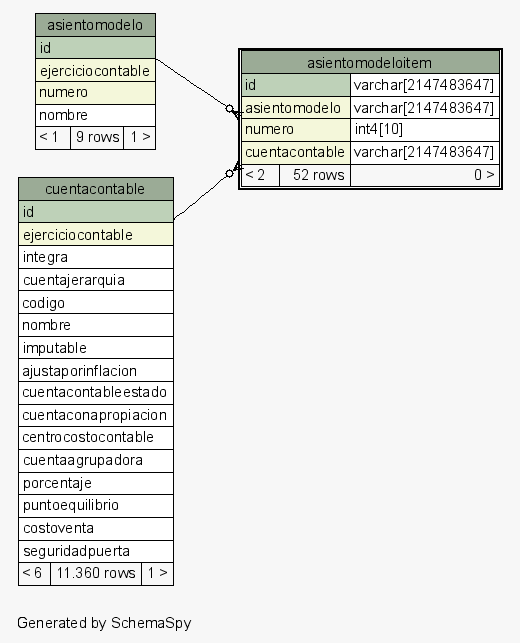
The Graphviz diagram postgresql/schemaSpy/salida/diagrams/asientomodeloitem.1degree.png in diegopablomansilla/massoftware_front, before a commit. Its source is kept beside it as postgresql/schemaSpy/salida/diagrams/asientomodeloitem.1degree.dot. Source of this version:
```dot
digraph "oneDegreeRelationshipsDiagram" {
  graph [
    rankdir="RL"
    bgcolor="#f7f7f7"
    label="\nGenerated by SchemaSpy"
    labeljust="l"
    nodesep="0.18"
    ranksep="0.46"
    fontname="Helvetica"
    fontsize="11"
  ];
  node [
    fontname="Helvetica"
    fontsize="11"
    shape="plaintext"
  ];
  edge [
    arrowsize="0.8"
  ];
  "asientomodeloitem":"asientomodelo":sw -> "asientomodelo":"id":se [arrowhead=none dir=back arrowtail=crowodot];
  "asientomodeloitem":"cuentacontable":sw -> "cuentacontable":"id":se [arrowhead=none dir=back arrowtail=crowodot];
  "asientomodelo" [
    label=<
    <TABLE BORDER="0" CELLBORDER="1" CELLSPACING="0" BGCOLOR="#ffffff">
      <TR><TD COLSPAN="3" BGCOLOR="#9bab96" ALIGN="CENTER">asientomodelo</TD></TR>
      <TR><TD PORT="id" COLSPAN="3" BGCOLOR="#bed1b8" ALIGN="LEFT">id</TD></TR>
      <TR><TD PORT="ejerciciocontable" COLSPAN="3" BGCOLOR="#f4f7da" ALIGN="LEFT">ejerciciocontable</TD></TR>
      <TR><TD PORT="numero" COLSPAN="3" BGCOLOR="#f4f7da" ALIGN="LEFT">numero</TD></TR>
      <TR><TD PORT="nombre" COLSPAN="3" ALIGN="LEFT">nombre</TD></TR>
      <TR><TD ALIGN="LEFT" BGCOLOR="#f7f7f7">&lt; 1</TD><TD ALIGN="RIGHT" BGCOLOR="#f7f7f7">9 rows</TD><TD ALIGN="RIGHT" BGCOLOR="#f7f7f7">1 &gt;</TD></TR>
    </TABLE>>
    URL="asientomodelo.html"
    tooltip="asientomodelo"
  ];
  "asientomodeloitem" [
    label=<
    <TABLE BORDER="2" CELLBORDER="1" CELLSPACING="0" BGCOLOR="#ffffff">
      <TR><TD COLSPAN="3" BGCOLOR="#9bab96" ALIGN="CENTER">asientomodeloitem</TD></TR>
      <TR><TD PORT="id" COLSPAN="2" BGCOLOR="#bed1b8" ALIGN="LEFT">id</TD><TD PORT="id.type" ALIGN="LEFT">varchar[2147483647]</TD></TR>
      <TR><TD PORT="asientomodelo" COLSPAN="2" BGCOLOR="#f4f7da" ALIGN="LEFT">asientomodelo</TD><TD PORT="asientomodelo.type" ALIGN="LEFT">varchar[2147483647]</TD></TR>
      <TR><TD PORT="numero" COLSPAN="2" BGCOLOR="#f4f7da" ALIGN="LEFT">numero</TD><TD PORT="numero.type" ALIGN="LEFT">int4[10]</TD></TR>
      <TR><TD PORT="cuentacontable" COLSPAN="2" BGCOLOR="#f4f7da" ALIGN="LEFT">cuentacontable</TD><TD PORT="cuentacontable.type" ALIGN="LEFT">varchar[2147483647]</TD></TR>
      <TR><TD ALIGN="LEFT" BGCOLOR="#f7f7f7">&lt; 2</TD><TD ALIGN="RIGHT" BGCOLOR="#f7f7f7">52 rows</TD><TD ALIGN="RIGHT" BGCOLOR="#f7f7f7">0 &gt;</TD></TR>
    </TABLE>>
    URL="asientomodeloitem.html"
    tooltip="asientomodeloitem"
  ];
  "cuentacontable" [
    label=<
    <TABLE BORDER="0" CELLBORDER="1" CELLSPACING="0" BGCOLOR="#ffffff">
      <TR><TD COLSPAN="3" BGCOLOR="#9bab96" ALIGN="CENTER">cuentacontable</TD></TR>
      <TR><TD PORT="id" COLSPAN="3" BGCOLOR="#bed1b8" ALIGN="LEFT">id</TD></TR>
      <TR><TD PORT="ejerciciocontable" COLSPAN="3" BGCOLOR="#f4f7da" ALIGN="LEFT">ejerciciocontable</TD></TR>
      <TR><TD PORT="integra" COLSPAN="3" ALIGN="LEFT">integra</TD></TR>
      <TR><TD PORT="cuentajerarquia" COLSPAN="3" ALIGN="LEFT">cuentajerarquia</TD></TR>
      <TR><TD PORT="codigo" COLSPAN="3" ALIGN="LEFT">codigo</TD></TR>
      <TR><TD PORT="nombre" COLSPAN="3" ALIGN="LEFT">nombre</TD></TR>
      <TR><TD PORT="imputable" COLSPAN="3" ALIGN="LEFT">imputable</TD></TR>
      <TR><TD PORT="ajustaporinflacion" COLSPAN="3" ALIGN="LEFT">ajustaporinflacion</TD></TR>
      <TR><TD PORT="cuentacontableestado" COLSPAN="3" ALIGN="LEFT">cuentacontableestado</TD></TR>
      <TR><TD PORT="cuentaconapropiacion" COLSPAN="3" ALIGN="LEFT">cuentaconapropiacion</TD></TR>
      <TR><TD PORT="centrocostocontable" COLSPAN="3" ALIGN="LEFT">centrocostocontable</TD></TR>
      <TR><TD PORT="cuentaagrupadora" COLSPAN="3" ALIGN="LEFT">cuentaagrupadora</TD></TR>
      <TR><TD PORT="porcentaje" COLSPAN="3" ALIGN="LEFT">porcentaje</TD></TR>
      <TR><TD PORT="puntoequilibrio" COLSPAN="3" ALIGN="LEFT">puntoequilibrio</TD></TR>
      <TR><TD PORT="costoventa" COLSPAN="3" ALIGN="LEFT">costoventa</TD></TR>
      <TR><TD PORT="seguridadpuerta" COLSPAN="3" ALIGN="LEFT">seguridadpuerta</TD></TR>
      <TR><TD ALIGN="LEFT" BGCOLOR="#f7f7f7">&lt; 6</TD><TD ALIGN="RIGHT" BGCOLOR="#f7f7f7">11.360 rows</TD><TD ALIGN="RIGHT" BGCOLOR="#f7f7f7">1 &gt;</TD></TR>
    </TABLE>>
    URL="cuentacontable.html"
    tooltip="cuentacontable"
  ];
}
```
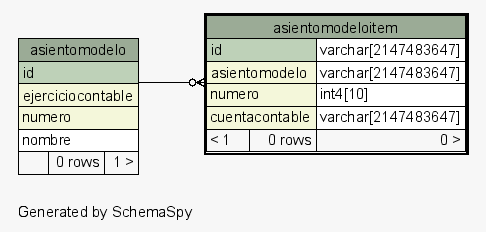
The same diagram one commit later.

What changed in the source:
```diff
@@ -18,7 +18,6 @@
     arrowsize="0.8"
   ];
   "asientomodeloitem":"asientomodelo":sw -> "asientomodelo":"id":se [arrowhead=none dir=back arrowtail=crowodot];
-  "asientomodeloitem":"cuentacontable":sw -> "cuentacontable":"id":se [arrowhead=none dir=back arrowtail=crowodot];
   "asientomodelo" [
     label=<
     <TABLE BORDER="0" CELLBORDER="1" CELLSPACING="0" BGCOLOR="#ffffff">
@@ -27,7 +26,7 @@
       <TR><TD PORT="ejerciciocontable" COLSPAN="3" BGCOLOR="#f4f7da" ALIGN="LEFT">ejerciciocontable</TD></TR>
       <TR><TD PORT="numero" COLSPAN="3" BGCOLOR="#f4f7da" ALIGN="LEFT">numero</TD></TR>
       <TR><TD PORT="nombre" COLSPAN="3" ALIGN="LEFT">nombre</TD></TR>
-      <TR><TD ALIGN="LEFT" BGCOLOR="#f7f7f7">&lt; 1</TD><TD ALIGN="RIGHT" BGCOLOR="#f7f7f7">9 rows</TD><TD ALIGN="RIGHT" BGCOLOR="#f7f7f7">1 &gt;</TD></TR>
+      <TR><TD ALIGN="LEFT" BGCOLOR="#f7f7f7">  </TD><TD ALIGN="RIGHT" BGCOLOR="#f7f7f7">0 rows</TD><TD ALIGN="RIGHT" BGCOLOR="#f7f7f7">1 &gt;</TD></TR>
     </TABLE>>
     URL="asientomodelo.html"
     tooltip="asientomodelo"
@@ -40,34 +39,9 @@
       <TR><TD PORT="asientomodelo" COLSPAN="2" BGCOLOR="#f4f7da" ALIGN="LEFT">asientomodelo</TD><TD PORT="asientomodelo.type" ALIGN="LEFT">varchar[2147483647]</TD></TR>
       <TR><TD PORT="numero" COLSPAN="2" BGCOLOR="#f4f7da" ALIGN="LEFT">numero</TD><TD PORT="numero.type" ALIGN="LEFT">int4[10]</TD></TR>
       <TR><TD PORT="cuentacontable" COLSPAN="2" BGCOLOR="#f4f7da" ALIGN="LEFT">cuentacontable</TD><TD PORT="cuentacontable.type" ALIGN="LEFT">varchar[2147483647]</TD></TR>
-      <TR><TD ALIGN="LEFT" BGCOLOR="#f7f7f7">&lt; 2</TD><TD ALIGN="RIGHT" BGCOLOR="#f7f7f7">52 rows</TD><TD ALIGN="RIGHT" BGCOLOR="#f7f7f7">0 &gt;</TD></TR>
+      <TR><TD ALIGN="LEFT" BGCOLOR="#f7f7f7">&lt; 1</TD><TD ALIGN="RIGHT" BGCOLOR="#f7f7f7">0 rows</TD><TD ALIGN="RIGHT" BGCOLOR="#f7f7f7">0 &gt;</TD></TR>
     </TABLE>>
     URL="asientomodeloitem.html"
     tooltip="asientomodeloitem"
   ];
-  "cuentacontable" [
-    label=<
-    <TABLE BORDER="0" CELLBORDER="1" CELLSPACING="0" BGCOLOR="#ffffff">
-      <TR><TD COLSPAN="3" BGCOLOR="#9bab96" ALIGN="CENTER">cuentacontable</TD></TR>
-      <TR><TD PORT="id" COLSPAN="3" BGCOLOR="#bed1b8" ALIGN="LEFT">id</TD></TR>
-      <TR><TD PORT="ejerciciocontable" COLSPAN="3" BGCOLOR="#f4f7da" ALIGN="LEFT">ejerciciocontable</TD></TR>
-      <TR><TD PORT="integra" COLSPAN="3" ALIGN="LEFT">integra</TD></TR>
-      <TR><TD PORT="cuentajerarquia" COLSPAN="3" ALIGN="LEFT">cuentajerarquia</TD></TR>
-      <TR><TD PORT="codigo" COLSPAN="3" ALIGN="LEFT">codigo</TD></TR>
-      <TR><TD PORT="nombre" COLSPAN="3" ALIGN="LEFT">nombre</TD></TR>
-      <TR><TD PORT="imputable" COLSPAN="3" ALIGN="LEFT">imputable</TD></TR>
-      <TR><TD PORT="ajustaporinflacion" COLSPAN="3" ALIGN="LEFT">ajustaporinflacion</TD></TR>
-      <TR><TD PORT="cuentacontableestado" COLSPAN="3" ALIGN="LEFT">cuentacontableestado</TD></TR>
-      <TR><TD PORT="cuentaconapropiacion" COLSPAN="3" ALIGN="LEFT">cuentaconapropiacion</TD></TR>
-      <TR><TD PORT="centrocostocontable" COLSPAN="3" ALIGN="LEFT">centrocostocontable</TD></TR>
-      <TR><TD PORT="cuentaagrupadora" COLSPAN="3" ALIGN="LEFT">cuentaagrupadora</TD></TR>
-      <TR><TD PORT="porcentaje" COLSPAN="3" ALIGN="LEFT">porcentaje</TD></TR>
-      <TR><TD PORT="puntoequilibrio" COLSPAN="3" ALIGN="LEFT">puntoequilibrio</TD></TR>
-      <TR><TD PORT="costoventa" COLSPAN="3" ALIGN="LEFT">costoventa</TD></TR>
-      <TR><TD PORT="seguridadpuerta" COLSPAN="3" ALIGN="LEFT">seguridadpuerta</TD></TR>
-      <TR><TD ALIGN="LEFT" BGCOLOR="#f7f7f7">&lt; 6</TD><TD ALIGN="RIGHT" BGCOLOR="#f7f7f7">11.360 rows</TD><TD ALIGN="RIGHT" BGCOLOR="#f7f7f7">1 &gt;</TD></TR>
-    </TABLE>>
-    URL="cuentacontable.html"
-    tooltip="cuentacontable"
-  ];
 }
```
